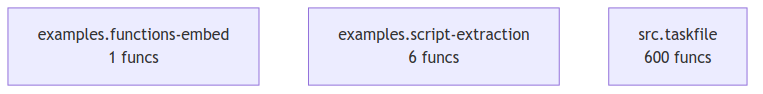
Above: project/compact_flow.png in pyfunc/taskfile (Mermaid), before the change. Its source is kept beside it as project/compact_flow.mmd.
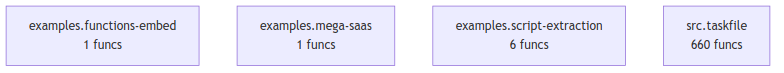
Above is the later version.

The edit, as a diff of the source:
```diff
@@ -1,4 +1,5 @@
 flowchart TD
     examples_functions_embed["examples.functions-embed<br/>1 funcs"]
+    examples_mega_saas["examples.mega-saas<br/>1 funcs"]
     examples_script_extraction["examples.script-extraction<br/>6 funcs"]
-    src_taskfile["src.taskfile<br/>600 funcs"]
+    src_taskfile["src.taskfile<br/>660 funcs"]
```
